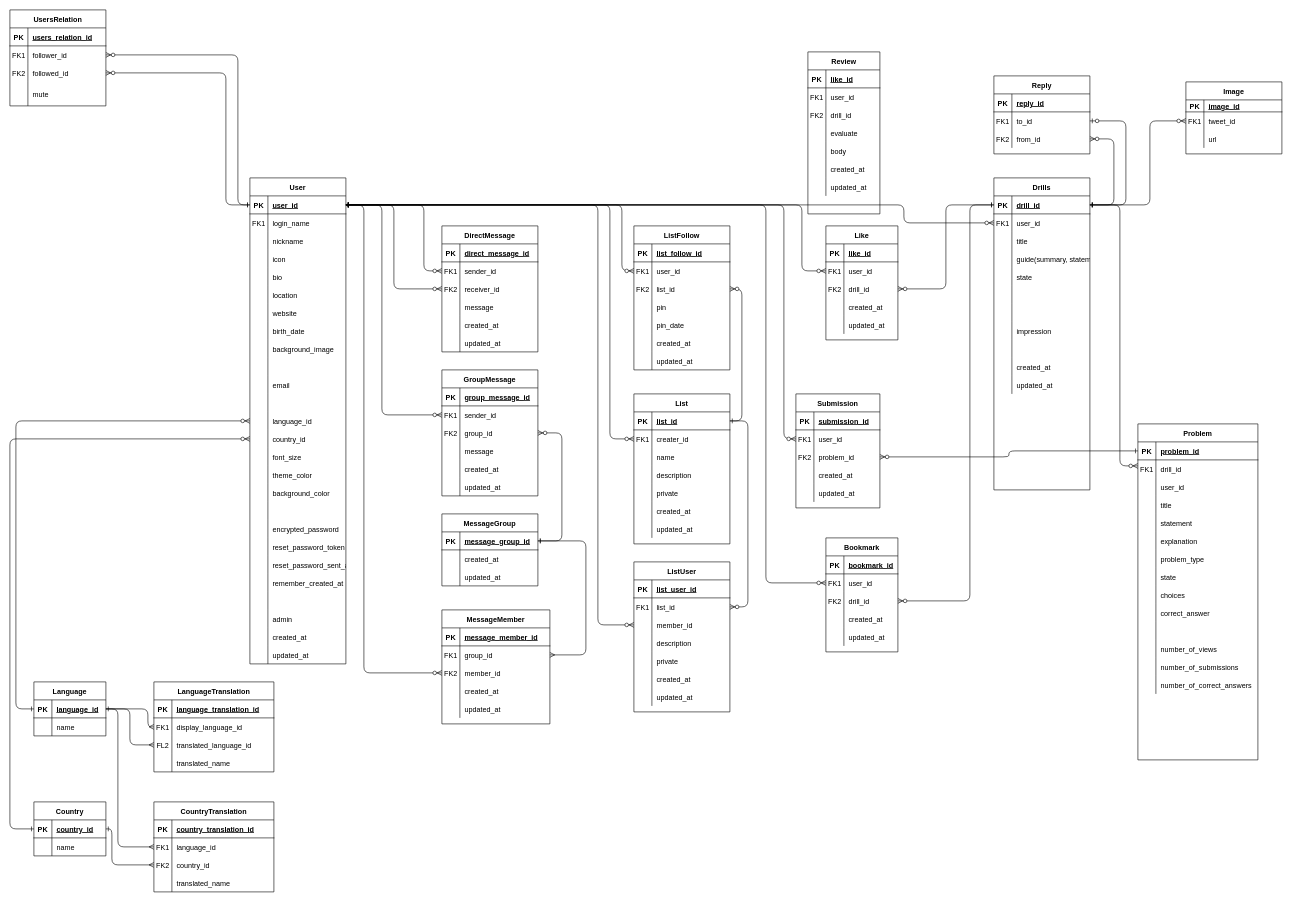
Before: BrainDriller.drawio in universato/boot, a draw.io diagram. Source tidied: cells renumbered, new cells numbered last; positions are measured from the earlier drawing's top-left corner, leaving out a move shared by most shapes. Both pictures are drawn from the tidied source at 60%, with x=0, y=0 at pixel (10, 10).
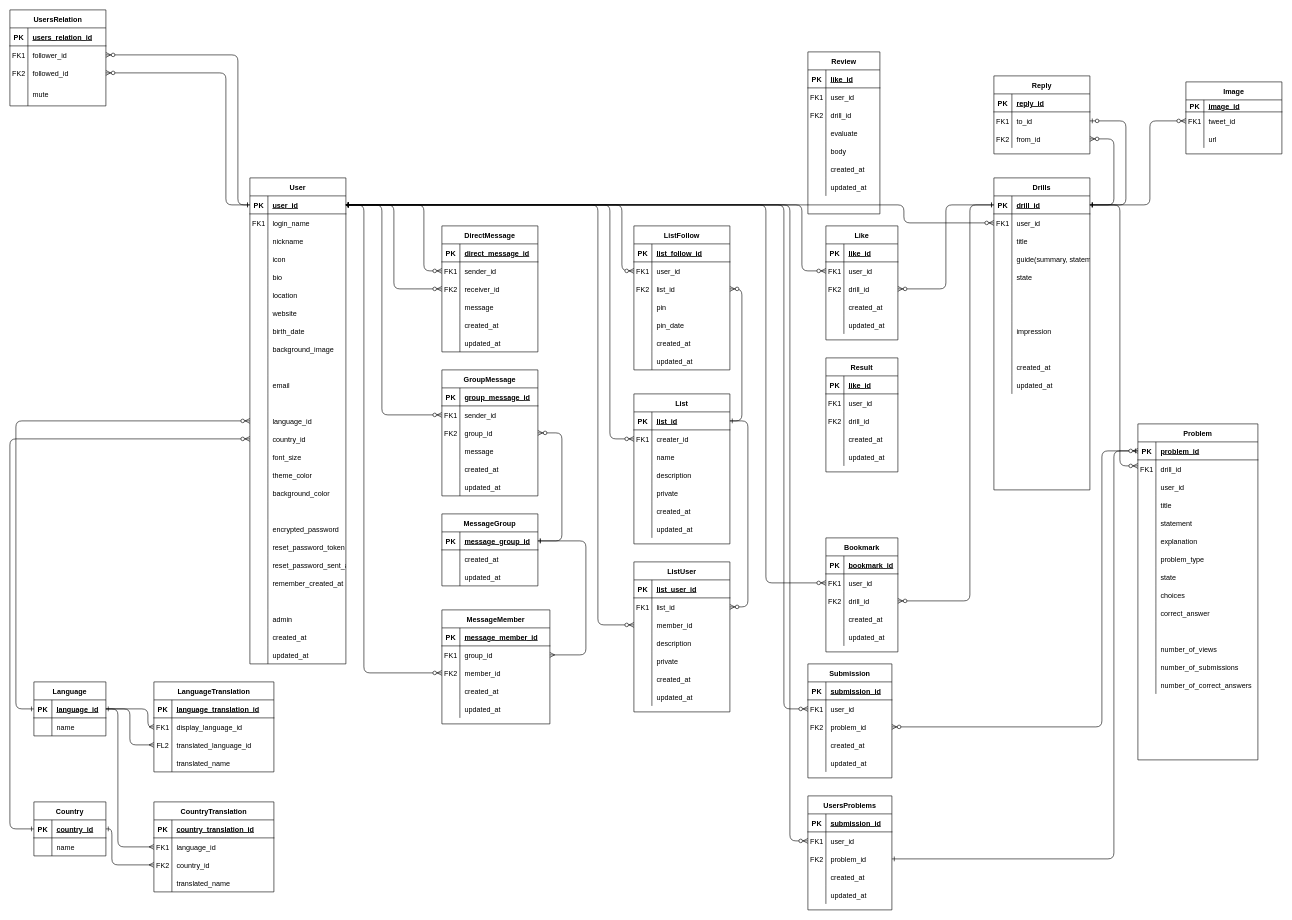
The same diagram, later.

The change refers to these unchanged cells:
```xml
<mxCell id="46" style="shape=partialRectangle;fillColor=none;points=[[0,0.5],[1,0.5]];portConstraint=eastwest;top=0;left=0;right=0;bottom=1;" parent="45" vertex="1">
  <mxGeometry y="30" width="160" height="30" as="geometry" />
</mxCell>
<mxCell id="171" style="shape=partialRectangle;fillColor=none;points=[[0,0.5],[1,0.5]];portConstraint=eastwest;top=0;left=0;right=0;bottom=0;" parent="164" vertex="1">
  <mxGeometry y="90" width="140" height="30" as="geometry" />
</mxCell>
<mxCell id="399" style="shape=partialRectangle;fillColor=none;points=[[0,0.5],[1,0.5]];portConstraint=eastwest;top=0;left=0;right=0;bottom=1;" parent="398" vertex="1">
  <mxGeometry y="30" width="200" height="30" as="geometry" />
</mxCell>
```

Change to the diagram source:
```diff
@@
     <mxCell id="26" style="edgeStyle=elbowEdgeStyle;endArrow=ERzeroToMany;startArrow=ERone;endFill=1;startFill=0;entryX=1;entryY=0.5;entryDx=0;entryDy=0;exitX=0;exitY=0.5;exitDx=0;exitDy=0;" parent="1" edge="1" source="399" target="171">
       <mxGeometry relative="1" as="geometry">
         <Array as="points">
+          <mxPoint x="1820" y="970" />
           <mxPoint x="1665" y="750" />
         </Array>
       </mxGeometry>
     </mxCell>
@@
     <mxCell id="164" value="Submission" style="shape=table;startSize=30;childLayout=tableLayout;rowLines=0;fontStyle=1;align=center;" parent="1" vertex="1">
-      <mxGeometry x="1310" y="640" width="140" height="190" as="geometry" />
+      <mxGeometry x="1330" y="1090" width="140" height="190" as="geometry" />
     </mxCell>
@@
+    <mxCell id="463" value="Result" style="shape=table;startSize=30;childLayout=tableLayout;rowLines=0;fontStyle=1;align=center;" parent="1" vertex="1">
+      <mxGeometry x="1360" y="580" width="120" height="190" as="geometry" />
+    </mxCell>
+    <mxCell id="464" style="shape=partialRectangle;fillColor=none;top=0;left=0;right=0;bottom=1;" parent="463" vertex="1">
+      <mxGeometry y="30" width="120" height="30" as="geometry" />
+    </mxCell>
+    <mxCell id="465" value="PK" style="shape=partialRectangle;overflow=hidden;fillColor=none;top=0;left=0;bottom=0;right=0;fontStyle=1;" parent="464" vertex="1">
+      <mxGeometry width="30" height="30" as="geometry" />
+    </mxCell>
+    <mxCell id="466" value="like_id" style="shape=partialRectangle;overflow=hidden;fillColor=none;top=0;left=0;bottom=0;right=0;align=left;spacingLeft=6;fontStyle=5;" parent="464" vertex="1">
+      <mxGeometry x="30" width="90" height="30" as="geometry" />
+    </mxCell>
+    <mxCell id="467" style="shape=partialRectangle;fillColor=none;top=0;left=0;right=0;bottom=0;" parent="463" vertex="1">
+      <mxGeometry y="60" width="120" height="30" as="geometry" />
+    </mxCell>
+    <mxCell id="468" value="FK1" style="shape=partialRectangle;overflow=hidden;fillColor=none;top=0;left=0;bottom=0;right=0;" parent="467" vertex="1">
+      <mxGeometry width="30" height="30" as="geometry" />
+    </mxCell>
+    <mxCell id="469" value="user_id" style="shape=partialRectangle;overflow=hidden;fillColor=none;top=0;left=0;bottom=0;right=0;align=left;spacingLeft=6;" parent="467" vertex="1">
+      <mxGeometry x="30" width="90" height="30" as="geometry" />
+    </mxCell>
+    <mxCell id="470" style="shape=partialRectangle;fillColor=none;top=0;left=0;right=0;bottom=0;" parent="463" vertex="1">
+      <mxGeometry y="90" width="120" height="30" as="geometry" />
+    </mxCell>
+    <mxCell id="471" value="FK2" style="shape=partialRectangle;overflow=hidden;fillColor=none;top=0;left=0;bottom=0;right=0;" parent="470" vertex="1">
+      <mxGeometry width="30" height="30" as="geometry" />
+    </mxCell>
+    <mxCell id="472" value="drill_id" style="shape=partialRectangle;overflow=hidden;fillColor=none;top=0;left=0;bottom=0;right=0;align=left;spacingLeft=6;" parent="470" vertex="1">
+      <mxGeometry x="30" width="90" height="30" as="geometry" />
+    </mxCell>
+    <mxCell id="473" style="shape=partialRectangle;fillColor=none;top=0;left=0;right=0;bottom=0;" parent="463" vertex="1">
+      <mxGeometry y="120" width="120" height="30" as="geometry" />
+    </mxCell>
+    <mxCell id="474" style="shape=partialRectangle;overflow=hidden;fillColor=none;top=0;left=0;bottom=0;right=0;" parent="473" vertex="1">
+      <mxGeometry width="30" height="30" as="geometry" />
+    </mxCell>
+    <mxCell id="475" value="created_at" style="shape=partialRectangle;overflow=hidden;fillColor=none;top=0;left=0;bottom=0;right=0;align=left;spacingLeft=6;" parent="473" vertex="1">
+      <mxGeometry x="30" width="90" height="30" as="geometry" />
+    </mxCell>
+    <mxCell id="476" style="shape=partialRectangle;fillColor=none;top=0;left=0;right=0;bottom=0;" parent="463" vertex="1">
+      <mxGeometry y="150" width="120" height="30" as="geometry" />
+    </mxCell>
+    <mxCell id="477" style="shape=partialRectangle;overflow=hidden;fillColor=none;top=0;left=0;bottom=0;right=0;" parent="476" vertex="1">
+      <mxGeometry width="30" height="30" as="geometry" />
+    </mxCell>
+    <mxCell id="478" value="updated_at" style="shape=partialRectangle;overflow=hidden;fillColor=none;top=0;left=0;bottom=0;right=0;align=left;spacingLeft=6;" parent="476" vertex="1">
+      <mxGeometry x="30" width="90" height="30" as="geometry" />
+    </mxCell>
+    <mxCell id="479" value="UsersProblems" style="shape=table;startSize=30;childLayout=tableLayout;rowLines=0;fontStyle=1;align=center;" parent="1" vertex="1">
+      <mxGeometry x="1330" y="1310" width="140" height="190" as="geometry" />
+    </mxCell>
+    <mxCell id="480" style="shape=partialRectangle;fillColor=none;top=0;left=0;right=0;bottom=1;" parent="479" vertex="1">
+      <mxGeometry y="30" width="140" height="30" as="geometry" />
+    </mxCell>
+    <mxCell id="481" value="PK" style="shape=partialRectangle;overflow=hidden;fillColor=none;top=0;left=0;bottom=0;right=0;fontStyle=1;" parent="480" vertex="1">
+      <mxGeometry width="30" height="30" as="geometry" />
+    </mxCell>
+    <mxCell id="482" value="submission_id" style="shape=partialRectangle;overflow=hidden;fillColor=none;top=0;left=0;bottom=0;right=0;align=left;spacingLeft=6;fontStyle=5;" parent="480" vertex="1">
+      <mxGeometry x="30" width="110" height="30" as="geometry" />
+    </mxCell>
+    <mxCell id="483" style="shape=partialRectangle;fillColor=none;points=[[0,0.5],[1,0.5]];portConstraint=eastwest;top=0;left=0;right=0;bottom=0;" parent="479" vertex="1">
+      <mxGeometry y="60" width="140" height="30" as="geometry" />
+    </mxCell>
+    <mxCell id="484" value="FK1" style="shape=partialRectangle;overflow=hidden;fillColor=none;top=0;left=0;bottom=0;right=0;" parent="483" vertex="1">
+      <mxGeometry width="30" height="30" as="geometry" />
+    </mxCell>
+    <mxCell id="485" value="user_id" style="shape=partialRectangle;overflow=hidden;fillColor=none;top=0;left=0;bottom=0;right=0;align=left;spacingLeft=6;" parent="483" vertex="1">
+      <mxGeometry x="30" width="110" height="30" as="geometry" />
+    </mxCell>
+    <mxCell id="486" style="shape=partialRectangle;fillColor=none;points=[[0,0.5],[1,0.5]];portConstraint=eastwest;top=0;left=0;right=0;bottom=0;" parent="479" vertex="1">
+      <mxGeometry y="90" width="140" height="30" as="geometry" />
+    </mxCell>
+    <mxCell id="487" value="FK2" style="shape=partialRectangle;overflow=hidden;fillColor=none;top=0;left=0;bottom=0;right=0;" parent="486" vertex="1">
+      <mxGeometry width="30" height="30" as="geometry" />
+    </mxCell>
+    <mxCell id="488" value="problem_id" style="shape=partialRectangle;overflow=hidden;fillColor=none;top=0;left=0;bottom=0;right=0;align=left;spacingLeft=6;" parent="486" vertex="1">
+      <mxGeometry x="30" width="110" height="30" as="geometry" />
+    </mxCell>
+    <mxCell id="489" style="shape=partialRectangle;fillColor=none;top=0;left=0;right=0;bottom=0;" parent="479" vertex="1">
+      <mxGeometry y="120" width="140" height="30" as="geometry" />
+    </mxCell>
+    <mxCell id="490" style="shape=partialRectangle;overflow=hidden;fillColor=none;top=0;left=0;bottom=0;right=0;" parent="489" vertex="1">
+      <mxGeometry width="30" height="30" as="geometry" />
+    </mxCell>
+    <mxCell id="491" value="created_at" style="shape=partialRectangle;overflow=hidden;fillColor=none;top=0;left=0;bottom=0;right=0;align=left;spacingLeft=6;" parent="489" vertex="1">
+      <mxGeometry x="30" width="110" height="30" as="geometry" />
+    </mxCell>
+    <mxCell id="492" style="shape=partialRectangle;fillColor=none;top=0;left=0;right=0;bottom=0;" parent="479" vertex="1">
+      <mxGeometry y="150" width="140" height="30" as="geometry" />
+    </mxCell>
+    <mxCell id="493" style="shape=partialRectangle;overflow=hidden;fillColor=none;top=0;left=0;bottom=0;right=0;" parent="492" vertex="1">
+      <mxGeometry width="30" height="30" as="geometry" />
+    </mxCell>
+    <mxCell id="494" value="updated_at" style="shape=partialRectangle;overflow=hidden;fillColor=none;top=0;left=0;bottom=0;right=0;align=left;spacingLeft=6;" parent="492" vertex="1">
+      <mxGeometry x="30" width="110" height="30" as="geometry" />
+    </mxCell>
+    <mxCell id="495" style="edgeStyle=elbowEdgeStyle;endArrow=ERzeroToMany;startArrow=ERone;endFill=1;startFill=0;entryX=0;entryY=0.5;entryDx=0;entryDy=0;exitX=1;exitY=0.5;exitDx=0;exitDy=0;" parent="1" edge="1" source="46" target="483">
+      <mxGeometry relative="1" as="geometry">
+        <Array as="points">
+          <mxPoint x="1300" y="510" />
+        </Array>
+      </mxGeometry>
+    </mxCell>
+    <mxCell id="496" style="edgeStyle=elbowEdgeStyle;endArrow=ERzeroToMany;startArrow=ERone;endFill=1;startFill=0;entryX=0;entryY=0.5;entryDx=0;entryDy=0;" parent="1" edge="1" source="486" target="399">
+      <mxGeometry relative="1" as="geometry">
+        <Array as="points">
+          <mxPoint x="1840" y="1070" />
+        </Array>
+      </mxGeometry>
+    </mxCell>
```
